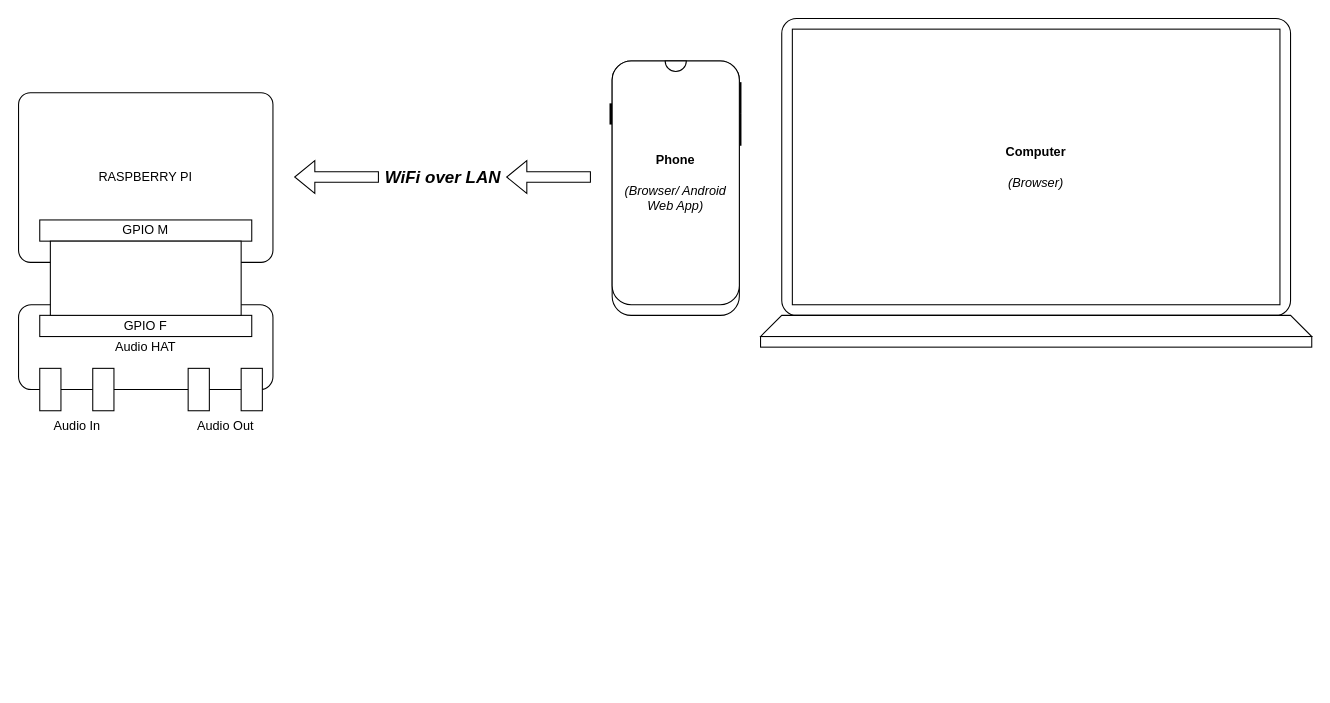
Above: Basic Layout.drawio in joshua-cotugno/RPi-JSFX-Pedal (draw.io), before the change. Source tidied: cells renumbered, new cells numbered last; positions are measured from the earlier drawing's top-left corner, leaving out a move shared by most shapes. Both pictures are drawn from the tidied source at 106%, with x=0, y=0 at pixel (18, 18). Pictures stored in the file or linked from it are replaced by grey dashed boxes.
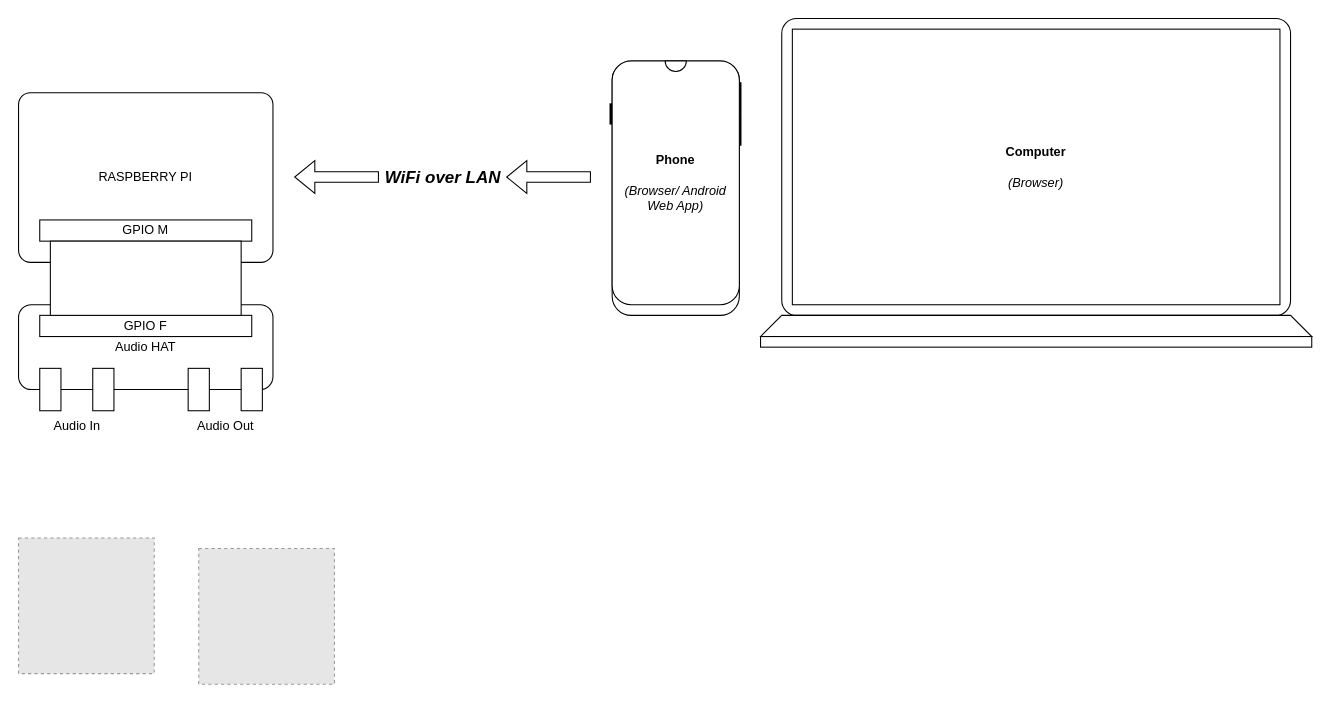
Above is the later version.

Diff of the diagram source:
```diff
@@
+    <mxCell id="27" style="fillColor=#E6E6E6;strokeColor=#999999;dashed=1;html=1;verticalAlign=top;verticalLabelPosition=bottom;labelBackgroundColor=#ffffff;" parent="1" vertex="1">
+      <mxGeometry y="490" width="128" height="128" as="geometry" />
+    </mxCell>
+    <mxCell id="28" style="fillColor=#E6E6E6;strokeColor=#999999;dashed=1;html=1;verticalAlign=top;verticalLabelPosition=bottom;labelBackgroundColor=#ffffff;" parent="1" vertex="1">
+      <mxGeometry x="170" y="500" width="128" height="128" as="geometry" />
+    </mxCell>
```
